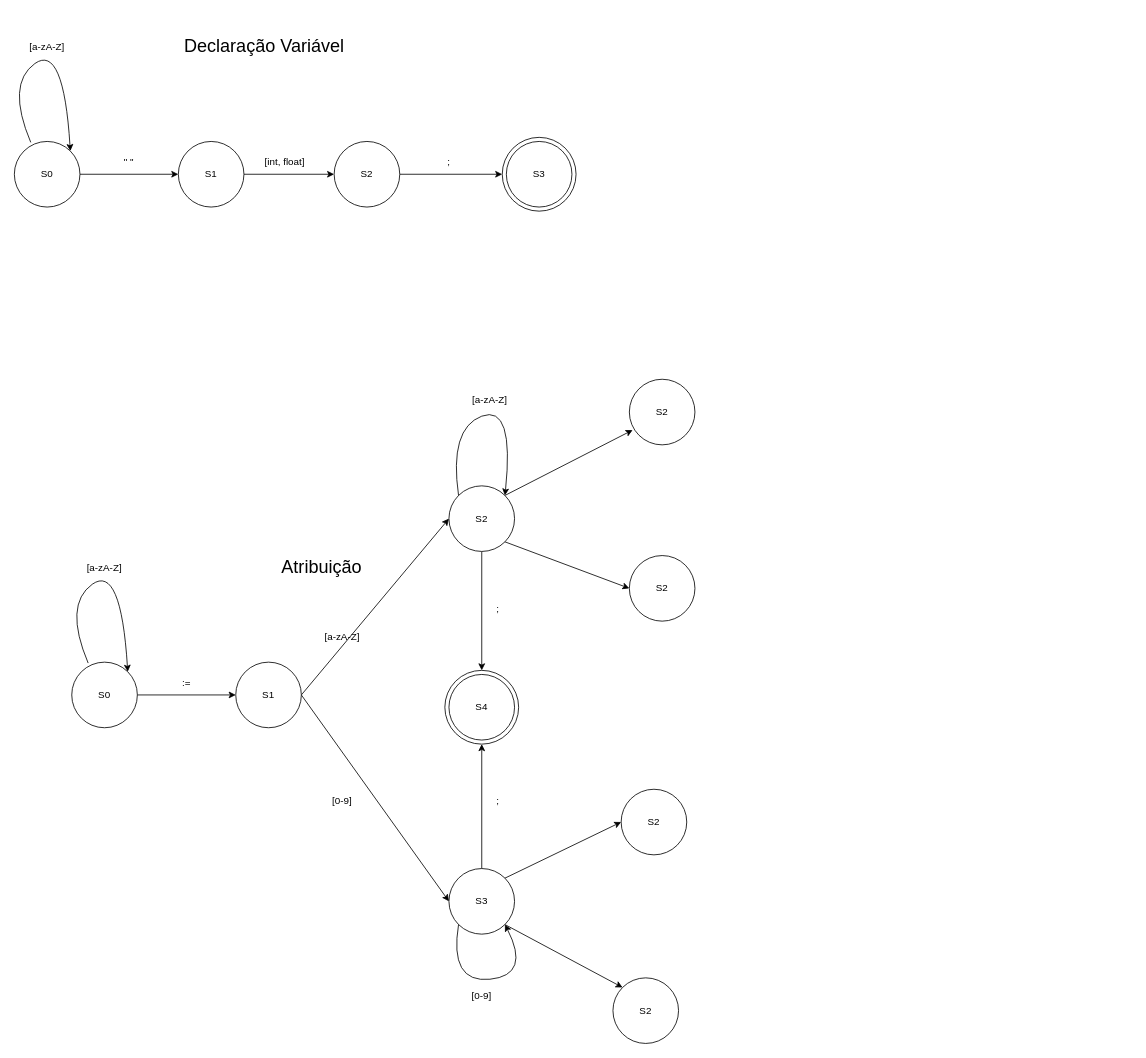
Robmelchiades/projeto-compiladores keeps this draw.io diagram as automatos.drawio. Above is the earlier version. Source tidied: cells renumbered, new cells numbered last; positions are measured from the earlier drawing's top-left corner, leaving out a move shared by most shapes. Both pictures are drawn from the tidied source at 82%, with x=0, y=0 at pixel (6, 14).
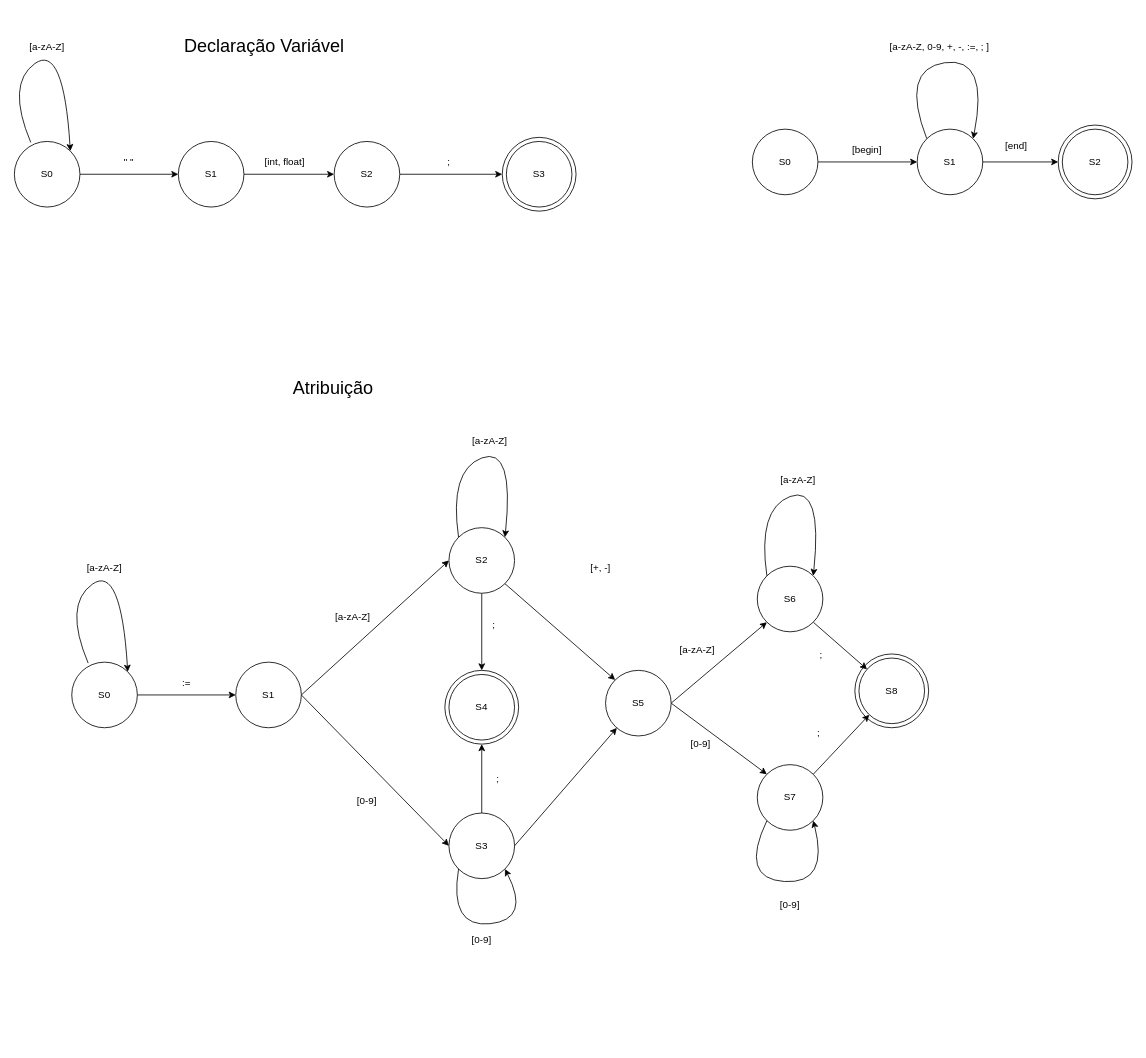
The same diagram, later.

Commit message:
finalização etapa 2

Change to the diagram source:
```diff
@@
+    <mxCell id="47" style="ellipse;whiteSpace=wrap;html=1;fontSize=12;fillColor=none;" parent="1" vertex="1">
+      <mxGeometry x="1283" y="135" width="90" height="90" as="geometry" />
+    </mxCell>
@@
-    <mxCell id="24" style="edgeStyle=none;html=1;entryX=0.05;entryY=0.775;entryDx=0;entryDy=0;entryPerimeter=0;fontSize=22;exitX=1;exitY=0;exitDx=0;exitDy=0;" parent="1" edge="1" source="26" target="43">
-      <mxGeometry relative="1" as="geometry" />
-    </mxCell>
-    <mxCell id="25" style="edgeStyle=none;html=1;exitX=1;exitY=1;exitDx=0;exitDy=0;entryX=0;entryY=0.5;entryDx=0;entryDy=0;fontSize=22;" parent="1" edge="1" source="26" target="46">
-      <mxGeometry relative="1" as="geometry" />
-    </mxCell>
+    <mxCell id="48" style="edgeStyle=none;html=1;exitX=1;exitY=1;exitDx=0;exitDy=0;entryX=0;entryY=0;entryDx=0;entryDy=0;fontSize=22;" parent="1" edge="1" source="26" target="53">
+      <mxGeometry relative="1" as="geometry" />
+    </mxCell>
     <mxCell id="26" value="S2" style="ellipse;whiteSpace=wrap;html=1;" parent="1" vertex="1">
-      <mxGeometry x="540" y="575" width="80" height="80" as="geometry" />
+      <mxGeometry x="540" y="626" width="80" height="80" as="geometry" />
     </mxCell>
@@
     <mxCell id="28" value=";" style="text;html=1;strokeColor=none;fillColor=none;align=center;verticalAlign=middle;whiteSpace=wrap;rounded=0;fontSize=12;" parent="1" vertex="1">
-      <mxGeometry x="570" y="710" width="60" height="30" as="geometry" />
+      <mxGeometry x="565" y="730" width="60" height="30" as="geometry" />
     </mxCell>
@@
     <mxCell id="31" value="&lt;font style=&quot;font-size: 22px&quot;&gt;Atribuição&lt;/font&gt;" style="text;html=1;strokeColor=none;fillColor=none;align=center;verticalAlign=middle;whiteSpace=wrap;rounded=0;fontSize=12;" parent="1" vertex="1">
-      <mxGeometry x="240" y="635" width="290" height="80" as="geometry" />
+      <mxGeometry x="254" y="417" width="290" height="80" as="geometry" />
     </mxCell>
@@
-    <mxCell id="33" style="edgeStyle=none;html=1;exitX=1;exitY=0;exitDx=0;exitDy=0;entryX=0;entryY=0.5;entryDx=0;entryDy=0;fontSize=22;" parent="1" edge="1" source="35" target="44">
+    <mxCell id="33" style="edgeStyle=none;html=1;exitX=1;exitY=0.5;exitDx=0;exitDy=0;fontSize=22;" parent="1" edge="1" source="35" target="53">
       <mxGeometry relative="1" as="geometry" />
     </mxCell>
-    <mxCell id="34" style="edgeStyle=none;html=1;exitX=1;exitY=1;exitDx=0;exitDy=0;entryX=0;entryY=0;entryDx=0;entryDy=0;fontSize=22;" parent="1" edge="1" source="35" target="45">
-      <mxGeometry relative="1" as="geometry" />
-    </mxCell>
     <mxCell id="35" value="S3" style="ellipse;whiteSpace=wrap;html=1;" parent="1" vertex="1">
-      <mxGeometry x="540" y="1041.7" width="80" height="80" as="geometry" />
+      <mxGeometry x="540" y="974" width="80" height="80" as="geometry" />
     </mxCell>
     <mxCell id="36" value=";" style="text;html=1;strokeColor=none;fillColor=none;align=center;verticalAlign=middle;whiteSpace=wrap;rounded=0;fontSize=12;" parent="1" vertex="1">
-      <mxGeometry x="570" y="945" width="60" height="30" as="geometry" />
+      <mxGeometry x="570" y="918" width="60" height="30" as="geometry" />
     </mxCell>
     <mxCell id="37" value="[a-zA-Z]" style="text;html=1;strokeColor=none;fillColor=none;align=center;verticalAlign=middle;whiteSpace=wrap;rounded=0;fontSize=12;" parent="1" vertex="1">
-      <mxGeometry x="380" y="745" width="60" height="30" as="geometry" />
+      <mxGeometry x="393" y="720" width="60" height="30" as="geometry" />
     </mxCell>
     <mxCell id="38" value="[a-zA-Z]" style="text;html=1;strokeColor=none;fillColor=none;align=center;verticalAlign=middle;whiteSpace=wrap;rounded=0;fontSize=12;" parent="1" vertex="1">
-      <mxGeometry x="560" y="455" width="60" height="30" as="geometry" />
+      <mxGeometry x="560" y="506" width="60" height="30" as="geometry" />
     </mxCell>
     <mxCell id="39" style="curved=1;endArrow=classic;html=1;fontSize=22;exitX=0;exitY=0;exitDx=0;exitDy=0;entryX=1;entryY=0;entryDx=0;entryDy=0;" parent="1" edge="1" source="26" target="26">
       <mxGeometry relative="1" as="geometry">
         <Array as="points">
-          <mxPoint x="540" y="505" />
-          <mxPoint x="620" y="475" />
+          <mxPoint x="540" y="556" />
+          <mxPoint x="620" y="526" />
         </Array>
       </mxGeometry>
     </mxCell>
     <mxCell id="40" value="[0-9]" style="text;html=1;strokeColor=none;fillColor=none;align=center;verticalAlign=middle;whiteSpace=wrap;rounded=0;fontSize=12;" parent="1" vertex="1">
-      <mxGeometry x="380" y="945" width="60" height="30" as="geometry" />
+      <mxGeometry x="410" y="944" width="60" height="30" as="geometry" />
     </mxCell>
     <mxCell id="41" style="curved=1;endArrow=classic;html=1;fontSize=22;exitX=0;exitY=1;exitDx=0;exitDy=0;entryX=1;entryY=1;entryDx=0;entryDy=0;" parent="1" edge="1" source="35" target="35">
       <mxGeometry relative="1" as="geometry">
         <Array as="points">
-          <mxPoint x="540" y="1181.7" />
-          <mxPoint x="640" y="1171.7" />
+          <mxPoint x="540" y="1114" />
+          <mxPoint x="640" y="1104" />
         </Array>
       </mxGeometry>
     </mxCell>
     <mxCell id="42" value="[0-9]" style="text;html=1;strokeColor=none;fillColor=none;align=center;verticalAlign=middle;whiteSpace=wrap;rounded=0;fontSize=12;" parent="1" vertex="1">
-      <mxGeometry x="550" y="1181.7" width="60" height="30" as="geometry" />
+      <mxGeometry x="550" y="1114" width="60" height="30" as="geometry" />
     </mxCell>
-    <mxCell id="43" value="S2" style="ellipse;whiteSpace=wrap;html=1;" parent="1" vertex="1">
-      <mxGeometry x="760" y="445" width="80" height="80" as="geometry" />
-    </mxCell>
-    <mxCell id="44" value="S2" style="ellipse;whiteSpace=wrap;html=1;" parent="1" vertex="1">
-      <mxGeometry x="750" y="945" width="80" height="80" as="geometry" />
-    </mxCell>
-    <mxCell id="45" value="S2" style="ellipse;whiteSpace=wrap;html=1;" parent="1" vertex="1">
-      <mxGeometry x="740" y="1175" width="80" height="80" as="geometry" />
-    </mxCell>
-    <mxCell id="46" value="S2" style="ellipse;whiteSpace=wrap;html=1;" parent="1" vertex="1">
-      <mxGeometry x="760" y="660" width="80" height="80" as="geometry" />
-    </mxCell>
+    <mxCell id="49" value="[+, -]" style="text;html=1;strokeColor=none;fillColor=none;align=center;verticalAlign=middle;whiteSpace=wrap;rounded=0;fontSize=12;" parent="1" vertex="1">
+      <mxGeometry x="695" y="660" width="60" height="30" as="geometry" />
+    </mxCell>
+    <mxCell id="50" style="ellipse;whiteSpace=wrap;html=1;fontSize=12;fillColor=none;" parent="1" vertex="1">
+      <mxGeometry x="1035" y="780" width="90" height="90" as="geometry" />
+    </mxCell>
+    <mxCell id="51" style="edgeStyle=none;html=1;exitX=1;exitY=0.5;exitDx=0;exitDy=0;entryX=0;entryY=1;entryDx=0;entryDy=0;fontSize=12;" parent="1" edge="1" source="53" target="55">
+      <mxGeometry relative="1" as="geometry" />
+    </mxCell>
+    <mxCell id="52" style="edgeStyle=none;html=1;exitX=1;exitY=0.5;exitDx=0;exitDy=0;entryX=0;entryY=0;entryDx=0;entryDy=0;fontSize=22;" parent="1" edge="1" source="53" target="59">
+      <mxGeometry relative="1" as="geometry" />
+    </mxCell>
+    <mxCell id="53" value="S5" style="ellipse;whiteSpace=wrap;html=1;" parent="1" vertex="1">
+      <mxGeometry x="731" y="800" width="80" height="80" as="geometry" />
+    </mxCell>
+    <mxCell id="54" style="edgeStyle=none;html=1;exitX=1;exitY=1;exitDx=0;exitDy=0;fontSize=22;" parent="1" edge="1" source="55" target="56">
+      <mxGeometry relative="1" as="geometry" />
+    </mxCell>
+    <mxCell id="55" value="S6" style="ellipse;whiteSpace=wrap;html=1;" parent="1" vertex="1">
+      <mxGeometry x="916" y="673" width="80" height="80" as="geometry" />
+    </mxCell>
+    <mxCell id="56" value="S8" style="ellipse;whiteSpace=wrap;html=1;" parent="1" vertex="1">
+      <mxGeometry x="1040" y="785" width="80" height="80" as="geometry" />
+    </mxCell>
+    <mxCell id="57" value=";" style="text;html=1;strokeColor=none;fillColor=none;align=center;verticalAlign=middle;whiteSpace=wrap;rounded=0;fontSize=12;" parent="1" vertex="1">
+      <mxGeometry x="964" y="766" width="60" height="30" as="geometry" />
+    </mxCell>
+    <mxCell id="58" style="edgeStyle=none;html=1;exitX=1;exitY=0;exitDx=0;exitDy=0;fontSize=22;" parent="1" edge="1" source="59" target="56">
+      <mxGeometry relative="1" as="geometry" />
+    </mxCell>
+    <mxCell id="59" value="S7" style="ellipse;whiteSpace=wrap;html=1;" parent="1" vertex="1">
+      <mxGeometry x="916" y="915" width="80" height="80" as="geometry" />
+    </mxCell>
+    <mxCell id="60" value=";" style="text;html=1;strokeColor=none;fillColor=none;align=center;verticalAlign=middle;whiteSpace=wrap;rounded=0;fontSize=12;" parent="1" vertex="1">
+      <mxGeometry x="961" y="862" width="60" height="30" as="geometry" />
+    </mxCell>
+    <mxCell id="61" value="[a-zA-Z]" style="text;html=1;strokeColor=none;fillColor=none;align=center;verticalAlign=middle;whiteSpace=wrap;rounded=0;fontSize=12;" parent="1" vertex="1">
+      <mxGeometry x="813" y="760" width="60" height="30" as="geometry" />
+    </mxCell>
+    <mxCell id="62" value="[a-zA-Z]" style="text;html=1;strokeColor=none;fillColor=none;align=center;verticalAlign=middle;whiteSpace=wrap;rounded=0;fontSize=12;" parent="1" vertex="1">
+      <mxGeometry x="936" y="553" width="60" height="30" as="geometry" />
+    </mxCell>
+    <mxCell id="63" style="curved=1;endArrow=classic;html=1;fontSize=22;exitX=0;exitY=0;exitDx=0;exitDy=0;entryX=1;entryY=0;entryDx=0;entryDy=0;" parent="1" edge="1" source="55" target="55">
+      <mxGeometry relative="1" as="geometry">
+        <Array as="points">
+          <mxPoint x="916" y="603" />
+          <mxPoint x="996" y="573" />
+        </Array>
+      </mxGeometry>
+    </mxCell>
+    <mxCell id="64" value="[0-9]" style="text;html=1;strokeColor=none;fillColor=none;align=center;verticalAlign=middle;whiteSpace=wrap;rounded=0;fontSize=12;" parent="1" vertex="1">
+      <mxGeometry x="817" y="875" width="60" height="30" as="geometry" />
+    </mxCell>
+    <mxCell id="65" style="curved=1;endArrow=classic;html=1;fontSize=22;exitX=0;exitY=1;exitDx=0;exitDy=0;entryX=1;entryY=1;entryDx=0;entryDy=0;" parent="1" edge="1" source="59" target="59">
+      <mxGeometry relative="1" as="geometry">
+        <Array as="points">
+          <mxPoint x="894" y="1054" />
+          <mxPoint x="1004" y="1061" />
+        </Array>
+      </mxGeometry>
+    </mxCell>
+    <mxCell id="66" value="[0-9]" style="text;html=1;strokeColor=none;fillColor=none;align=center;verticalAlign=middle;whiteSpace=wrap;rounded=0;fontSize=12;" parent="1" vertex="1">
+      <mxGeometry x="926" y="1071" width="60" height="30" as="geometry" />
+    </mxCell>
+    <mxCell id="67" style="edgeStyle=none;html=1;exitX=1;exitY=0.5;exitDx=0;exitDy=0;entryX=0;entryY=0.5;entryDx=0;entryDy=0;fontSize=22;" parent="1" edge="1" source="68" target="73">
+      <mxGeometry relative="1" as="geometry" />
+    </mxCell>
+    <mxCell id="68" value="S0" style="ellipse;whiteSpace=wrap;html=1;" parent="1" vertex="1">
+      <mxGeometry x="910" y="140" width="80" height="80" as="geometry" />
+    </mxCell>
+    <mxCell id="69" value="S2" style="ellipse;whiteSpace=wrap;html=1;" parent="1" vertex="1">
+      <mxGeometry x="1288" y="140" width="80" height="80" as="geometry" />
+    </mxCell>
+    <mxCell id="70" value="[begin]" style="text;html=1;strokeColor=none;fillColor=none;align=center;verticalAlign=middle;whiteSpace=wrap;rounded=0;fontSize=12;" parent="1" vertex="1">
+      <mxGeometry x="1020" y="150" width="60" height="30" as="geometry" />
+    </mxCell>
+    <mxCell id="71" style="curved=1;endArrow=classic;html=1;fontSize=22;exitX=0;exitY=0;exitDx=0;exitDy=0;entryX=1;entryY=0;entryDx=0;entryDy=0;" parent="1" edge="1" source="73" target="73">
+      <mxGeometry relative="1" as="geometry">
+        <Array as="points">
+          <mxPoint x="1090" y="67" />
+          <mxPoint x="1199" y="51" />
+        </Array>
+      </mxGeometry>
+    </mxCell>
+    <mxCell id="72" style="edgeStyle=none;html=1;exitX=1;exitY=0.5;exitDx=0;exitDy=0;entryX=0;entryY=0.5;entryDx=0;entryDy=0;fontSize=22;" parent="1" edge="1" source="73" target="47">
+      <mxGeometry relative="1" as="geometry" />
+    </mxCell>
+    <mxCell id="73" value="S1" style="ellipse;whiteSpace=wrap;html=1;" parent="1" vertex="1">
+      <mxGeometry x="1111" y="140" width="80" height="80" as="geometry" />
+    </mxCell>
+    <mxCell id="74" value="[end]" style="text;html=1;strokeColor=none;fillColor=none;align=center;verticalAlign=middle;whiteSpace=wrap;rounded=0;fontSize=12;" parent="1" vertex="1">
+      <mxGeometry x="1202" y="146" width="60" height="30" as="geometry" />
+    </mxCell>
+    <mxCell id="75" value="[a-zA-Z, 0-9, +, -, :=, ; ]" style="text;html=1;strokeColor=none;fillColor=none;align=center;verticalAlign=middle;whiteSpace=wrap;rounded=0;fontSize=12;" parent="1" vertex="1">
+      <mxGeometry x="1035" y="25" width="207" height="30" as="geometry" />
+    </mxCell>
```
